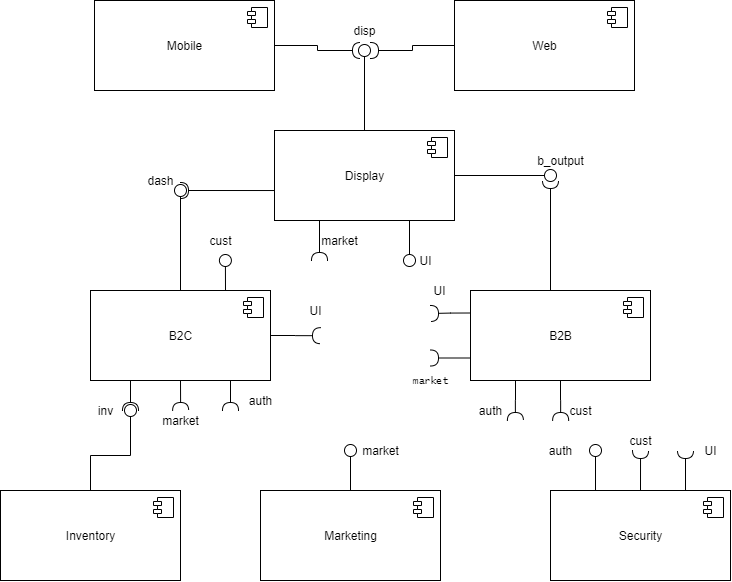
ElliottP-13/ESOF-322 keeps this draw.io diagram as HW6/p2_component.png. Above is the earlier version. Source tidied: cells renumbered, new cells last; positions are measured from the earlier drawing's top-left corner, leaving out a move shared by most shapes. Its diagram source:
```xml
<mxGraphModel>
  <root>
    <mxCell id="0" />
    <mxCell id="1" parent="0" />
    <mxCell id="2" style="edgeStyle=orthogonalEdgeStyle;rounded=0;jettySize=auto;html=1;exitX=0.5;exitY=0;exitDx=0;exitDy=0;startSize=6;endArrow=oval;endFill=0;endSize=12;" parent="1" edge="1" source="3">
      <mxGeometry relative="1" as="geometry">
        <mxPoint x="350" y="450" as="targetPoint" />
      </mxGeometry>
    </mxCell>
    <mxCell id="3" value="Marketing" style="html=1;" parent="1" vertex="1">
      <mxGeometry x="260" y="490" width="180" height="90" as="geometry" />
    </mxCell>
    <mxCell id="4" style="shape=module;jettyWidth=8;jettyHeight=4;" parent="3" vertex="1">
      <mxGeometry x="1" width="20" height="20" relative="1" as="geometry">
        <mxPoint x="-27" y="7" as="offset" />
      </mxGeometry>
    </mxCell>
    <mxCell id="5" style="edgeStyle=orthogonalEdgeStyle;rounded=0;jettySize=auto;html=1;exitX=0;exitY=0.5;exitDx=0;exitDy=0;startSize=6;endArrow=halfCircle;endFill=0;endSize=6;" parent="1" edge="1" source="6">
      <mxGeometry relative="1" as="geometry">
        <mxPoint x="370" y="50" as="targetPoint" />
      </mxGeometry>
    </mxCell>
    <mxCell id="6" value="Web" style="html=1;" parent="1" vertex="1">
      <mxGeometry x="454" width="180" height="90" as="geometry" />
    </mxCell>
    <mxCell id="7" style="shape=module;jettyWidth=8;jettyHeight=4;" parent="6" vertex="1">
      <mxGeometry x="1" width="20" height="20" relative="1" as="geometry">
        <mxPoint x="-27" y="7" as="offset" />
      </mxGeometry>
    </mxCell>
    <mxCell id="8" style="edgeStyle=orthogonalEdgeStyle;rounded=0;jettySize=auto;html=1;exitX=1;exitY=0.5;exitDx=0;exitDy=0;startSize=6;endArrow=halfCircle;endFill=0;endSize=6;" parent="1" edge="1" source="9">
      <mxGeometry relative="1" as="geometry">
        <mxPoint x="360" y="50" as="targetPoint" />
        <Array as="points">
          <mxPoint x="317" y="45" />
          <mxPoint x="317" y="50" />
        </Array>
      </mxGeometry>
    </mxCell>
    <mxCell id="9" value="Mobile" style="html=1;" parent="1" vertex="1">
      <mxGeometry x="94" width="180" height="90" as="geometry" />
    </mxCell>
    <mxCell id="10" style="shape=module;jettyWidth=8;jettyHeight=4;" parent="9" vertex="1">
      <mxGeometry x="1" width="20" height="20" relative="1" as="geometry">
        <mxPoint x="-27" y="7" as="offset" />
      </mxGeometry>
    </mxCell>
    <mxCell id="11" style="edgeStyle=orthogonalEdgeStyle;rounded=0;jettySize=auto;html=1;exitX=0.75;exitY=0;exitDx=0;exitDy=0;startSize=6;endArrow=halfCircle;endFill=0;endSize=6;" parent="1" edge="1" source="14">
      <mxGeometry relative="1" as="geometry">
        <mxPoint x="685" y="450" as="targetPoint" />
      </mxGeometry>
    </mxCell>
    <mxCell id="12" style="edgeStyle=orthogonalEdgeStyle;rounded=0;jettySize=auto;html=1;exitX=0.25;exitY=0;exitDx=0;exitDy=0;startSize=6;endArrow=oval;endFill=0;endSize=12;" parent="1" edge="1" source="14">
      <mxGeometry relative="1" as="geometry">
        <mxPoint x="595" y="450" as="targetPoint" />
      </mxGeometry>
    </mxCell>
    <mxCell id="13" style="edgeStyle=orthogonalEdgeStyle;rounded=0;jettySize=auto;html=1;exitX=0.5;exitY=0;exitDx=0;exitDy=0;startSize=6;endArrow=halfCircle;endFill=0;endSize=6;" parent="1" edge="1" source="14">
      <mxGeometry relative="1" as="geometry">
        <mxPoint x="640" y="450" as="targetPoint" />
      </mxGeometry>
    </mxCell>
    <mxCell id="14" value="Security" style="html=1;" parent="1" vertex="1">
      <mxGeometry x="550" y="490" width="180" height="90" as="geometry" />
    </mxCell>
    <mxCell id="15" style="shape=module;jettyWidth=8;jettyHeight=4;" parent="14" vertex="1">
      <mxGeometry x="1" width="20" height="20" relative="1" as="geometry">
        <mxPoint x="-27" y="7" as="offset" />
      </mxGeometry>
    </mxCell>
    <mxCell id="16" style="edgeStyle=orthogonalEdgeStyle;rounded=0;jettySize=auto;html=1;exitX=0.5;exitY=0;exitDx=0;exitDy=0;startSize=6;endArrow=oval;endFill=0;endSize=12;" parent="1" edge="1" source="17">
      <mxGeometry relative="1" as="geometry">
        <mxPoint x="130" y="410" as="targetPoint" />
      </mxGeometry>
    </mxCell>
    <mxCell id="17" value="Inventory" style="html=1;" parent="1" vertex="1">
      <mxGeometry y="490" width="180" height="90" as="geometry" />
    </mxCell>
    <mxCell id="18" style="shape=module;jettyWidth=8;jettyHeight=4;" parent="17" vertex="1">
      <mxGeometry x="1" width="20" height="20" relative="1" as="geometry">
        <mxPoint x="-27" y="7" as="offset" />
      </mxGeometry>
    </mxCell>
    <mxCell id="19" style="edgeStyle=orthogonalEdgeStyle;rounded=0;jettySize=auto;html=1;exitX=0.5;exitY=0;exitDx=0;exitDy=0;startSize=6;endArrow=oval;endFill=0;endSize=12;" parent="1" edge="1" source="24">
      <mxGeometry relative="1" as="geometry">
        <mxPoint x="364" y="50" as="targetPoint" />
      </mxGeometry>
    </mxCell>
    <mxCell id="20" style="edgeStyle=orthogonalEdgeStyle;rounded=0;jettySize=auto;html=1;exitX=0.75;exitY=1;exitDx=0;exitDy=0;startSize=6;endArrow=oval;endFill=0;endSize=12;" parent="1" edge="1" source="24">
      <mxGeometry relative="1" as="geometry">
        <mxPoint x="409" y="260" as="targetPoint" />
      </mxGeometry>
    </mxCell>
    <mxCell id="21" style="edgeStyle=orthogonalEdgeStyle;rounded=0;jettySize=auto;html=1;exitX=1;exitY=0.5;exitDx=0;exitDy=0;startSize=6;endArrow=oval;endFill=0;endSize=12;" parent="1" edge="1" source="24">
      <mxGeometry relative="1" as="geometry">
        <mxPoint x="550" y="175" as="targetPoint" />
      </mxGeometry>
    </mxCell>
    <mxCell id="22" style="edgeStyle=orthogonalEdgeStyle;rounded=0;jettySize=auto;html=1;exitX=0.25;exitY=1;exitDx=0;exitDy=0;startSize=6;endArrow=halfCircle;endFill=0;endSize=6;" parent="1" edge="1" source="24">
      <mxGeometry relative="1" as="geometry">
        <mxPoint x="319" y="260" as="targetPoint" />
      </mxGeometry>
    </mxCell>
    <mxCell id="23" style="edgeStyle=orthogonalEdgeStyle;rounded=0;jettySize=auto;html=1;exitX=-0.002;exitY=0.667;exitDx=0;exitDy=0;startArrow=none;startFill=0;startSize=6;endArrow=halfCircle;endFill=0;endSize=6;strokeColor=#000000;exitPerimeter=0;" parent="1" edge="1" source="24">
      <mxGeometry relative="1" as="geometry">
        <mxPoint x="180" y="190" as="targetPoint" />
      </mxGeometry>
    </mxCell>
    <mxCell id="24" value="Display" style="html=1;" parent="1" vertex="1">
      <mxGeometry x="274" y="130" width="180" height="90" as="geometry" />
    </mxCell>
    <mxCell id="25" style="shape=module;jettyWidth=8;jettyHeight=4;" parent="24" vertex="1">
      <mxGeometry x="1" width="20" height="20" relative="1" as="geometry">
        <mxPoint x="-27" y="7" as="offset" />
      </mxGeometry>
    </mxCell>
    <mxCell id="26" style="edgeStyle=orthogonalEdgeStyle;rounded=0;jettySize=auto;html=1;exitX=0.5;exitY=0;exitDx=0;exitDy=0;startSize=6;endArrow=oval;endFill=0;endSize=12;" parent="1" edge="1" source="32">
      <mxGeometry relative="1" as="geometry">
        <mxPoint x="180" y="190" as="targetPoint" />
      </mxGeometry>
    </mxCell>
    <mxCell id="27" style="edgeStyle=orthogonalEdgeStyle;rounded=0;jettySize=auto;html=1;exitX=0.75;exitY=0;exitDx=0;exitDy=0;startSize=6;endArrow=oval;endFill=0;endSize=12;" parent="1" edge="1" source="32">
      <mxGeometry relative="1" as="geometry">
        <mxPoint x="224.9" y="260" as="targetPoint" />
      </mxGeometry>
    </mxCell>
    <mxCell id="28" style="edgeStyle=orthogonalEdgeStyle;rounded=0;jettySize=auto;html=1;exitX=0.25;exitY=1;exitDx=0;exitDy=0;startSize=6;endArrow=halfCircle;endFill=0;endSize=6;" parent="1" edge="1" source="32">
      <mxGeometry relative="1" as="geometry">
        <mxPoint x="130" y="410" as="targetPoint" />
      </mxGeometry>
    </mxCell>
    <mxCell id="29" style="edgeStyle=orthogonalEdgeStyle;rounded=0;jettySize=auto;html=1;exitX=0.5;exitY=1;exitDx=0;exitDy=0;startSize=6;endArrow=halfCircle;endFill=0;endSize=6;" parent="1" edge="1" source="32">
      <mxGeometry relative="1" as="geometry">
        <mxPoint x="180.1" y="410" as="targetPoint" />
      </mxGeometry>
    </mxCell>
    <mxCell id="30" style="edgeStyle=orthogonalEdgeStyle;rounded=0;jettySize=auto;html=1;exitX=1;exitY=0.5;exitDx=0;exitDy=0;startSize=6;endArrow=halfCircle;endFill=0;endSize=6;" parent="1" edge="1" source="32">
      <mxGeometry relative="1" as="geometry">
        <mxPoint x="320" y="335.2" as="targetPoint" />
      </mxGeometry>
    </mxCell>
    <mxCell id="31" style="edgeStyle=orthogonalEdgeStyle;rounded=0;jettySize=auto;html=1;exitX=0.75;exitY=1;exitDx=0;exitDy=0;startSize=6;endArrow=halfCircle;endFill=0;endSize=6;" parent="1" edge="1" source="32">
      <mxGeometry relative="1" as="geometry">
        <mxPoint x="230" y="410" as="targetPoint" />
      </mxGeometry>
    </mxCell>
    <mxCell id="32" value="B2C" style="html=1;" parent="1" vertex="1">
      <mxGeometry x="90" y="290" width="180" height="90" as="geometry" />
    </mxCell>
    <mxCell id="33" style="shape=module;jettyWidth=8;jettyHeight=4;" parent="32" vertex="1">
      <mxGeometry x="1" width="20" height="20" relative="1" as="geometry">
        <mxPoint x="-27" y="7" as="offset" />
      </mxGeometry>
    </mxCell>
    <mxCell id="34" style="edgeStyle=orthogonalEdgeStyle;rounded=0;jettySize=auto;html=1;exitX=0;exitY=0.25;exitDx=0;exitDy=0;startSize=6;endArrow=halfCircle;endFill=0;endSize=6;" parent="1" edge="1" source="39">
      <mxGeometry relative="1" as="geometry">
        <mxPoint x="430" y="313" as="targetPoint" />
        <Array as="points">
          <mxPoint x="450" y="313" />
        </Array>
      </mxGeometry>
    </mxCell>
    <mxCell id="35" style="edgeStyle=orthogonalEdgeStyle;rounded=0;jettySize=auto;html=1;exitX=0.5;exitY=0;exitDx=0;exitDy=0;startSize=6;endArrow=halfCircle;endFill=0;endSize=6;" parent="1" edge="1" source="39">
      <mxGeometry relative="1" as="geometry">
        <mxPoint x="550" y="180" as="targetPoint" />
        <Array as="points">
          <mxPoint x="550" y="290" />
        </Array>
      </mxGeometry>
    </mxCell>
    <mxCell id="36" style="edgeStyle=orthogonalEdgeStyle;rounded=0;jettySize=auto;html=1;exitX=0.25;exitY=1;exitDx=0;exitDy=0;startSize=6;endArrow=halfCircle;endFill=0;endSize=6;" parent="1" edge="1" source="39">
      <mxGeometry relative="1" as="geometry">
        <mxPoint x="514.9" y="420" as="targetPoint" />
      </mxGeometry>
    </mxCell>
    <mxCell id="37" style="edgeStyle=orthogonalEdgeStyle;rounded=0;jettySize=auto;html=1;exitX=0.5;exitY=1;exitDx=0;exitDy=0;startSize=6;endArrow=halfCircle;endFill=0;endSize=6;" parent="1" edge="1" source="39">
      <mxGeometry relative="1" as="geometry">
        <mxPoint x="560.1" y="420" as="targetPoint" />
      </mxGeometry>
    </mxCell>
    <mxCell id="38" style="edgeStyle=orthogonalEdgeStyle;rounded=0;jettySize=auto;html=1;exitX=0;exitY=0.75;exitDx=0;exitDy=0;startArrow=none;startFill=0;startSize=6;endArrow=halfCircle;endFill=0;endSize=6;strokeColor=#000000;fontFamily=Lucida Console;fontSize=10;" parent="1" edge="1" source="39">
      <mxGeometry relative="1" as="geometry">
        <mxPoint x="430" y="357.5" as="targetPoint" />
      </mxGeometry>
    </mxCell>
    <mxCell id="39" value="B2B" style="html=1;" parent="1" vertex="1">
      <mxGeometry x="470" y="290" width="180" height="90" as="geometry" />
    </mxCell>
    <mxCell id="40" style="shape=module;jettyWidth=8;jettyHeight=4;" parent="39" vertex="1">
      <mxGeometry x="1" width="20" height="20" relative="1" as="geometry">
        <mxPoint x="-27" y="7" as="offset" />
      </mxGeometry>
    </mxCell>
    <mxCell id="41" value="disp" style="text;html=1;align=center;verticalAlign=middle;" parent="1" vertex="1">
      <mxGeometry x="344" y="20" width="40" height="20" as="geometry" />
    </mxCell>
    <mxCell id="42" value="market" style="text;html=1;align=center;verticalAlign=middle;" parent="1" vertex="1">
      <mxGeometry x="355" y="440" width="50" height="20" as="geometry" />
    </mxCell>
    <mxCell id="43" value="UI" style="text;html=1;align=center;verticalAlign=middle;" parent="1" vertex="1">
      <mxGeometry x="410" y="250" width="30" height="20" as="geometry" />
    </mxCell>
    <mxCell id="44" value="UI" style="text;html=1;align=center;verticalAlign=middle;" parent="1" vertex="1">
      <mxGeometry x="695" y="440" width="30" height="20" as="geometry" />
    </mxCell>
    <mxCell id="45" value="auth" style="text;html=1;align=center;verticalAlign=middle;" parent="1" vertex="1">
      <mxGeometry x="540" y="440" width="40" height="20" as="geometry" />
    </mxCell>
    <mxCell id="46" value="dash" style="text;html=1;align=center;verticalAlign=middle;" parent="1" vertex="1">
      <mxGeometry x="140" y="170" width="40" height="20" as="geometry" />
    </mxCell>
    <mxCell id="47" value="cust" style="text;html=1;align=center;verticalAlign=middle;" parent="1" vertex="1">
      <mxGeometry x="200" y="230" width="40" height="20" as="geometry" />
    </mxCell>
    <mxCell id="48" value="auth" style="text;html=1;align=center;verticalAlign=middle;" parent="1" vertex="1">
      <mxGeometry x="240" y="390" width="40" height="20" as="geometry" />
    </mxCell>
    <mxCell id="49" value="market" style="text;html=1;align=center;verticalAlign=middle;" parent="1" vertex="1">
      <mxGeometry x="155" y="410" width="50" height="20" as="geometry" />
    </mxCell>
    <mxCell id="50" value="UI" style="text;html=1;align=center;verticalAlign=middle;" parent="1" vertex="1">
      <mxGeometry x="300" y="300" width="30" height="20" as="geometry" />
    </mxCell>
    <mxCell id="51" value="UI" style="text;html=1;align=center;verticalAlign=middle;" parent="1" vertex="1">
      <mxGeometry x="424" y="280" width="30" height="20" as="geometry" />
    </mxCell>
    <mxCell id="52" value="inv" style="text;html=1;align=center;verticalAlign=middle;" parent="1" vertex="1">
      <mxGeometry x="90" y="400" width="30" height="20" as="geometry" />
    </mxCell>
    <mxCell id="53" value="cust" style="text;html=1;align=center;verticalAlign=middle;" parent="1" vertex="1">
      <mxGeometry x="620" y="430" width="40" height="20" as="geometry" />
    </mxCell>
    <mxCell id="54" value="b_output" style="text;html=1;align=center;verticalAlign=middle;" parent="1" vertex="1">
      <mxGeometry x="530" y="150" width="60" height="20" as="geometry" />
    </mxCell>
    <mxCell id="55" value="market" style="text;html=1;align=center;verticalAlign=middle;" parent="1" vertex="1">
      <mxGeometry x="314" y="230" width="50" height="20" as="geometry" />
    </mxCell>
    <mxCell id="56" value="auth" style="text;html=1;align=center;verticalAlign=middle;" parent="1" vertex="1">
      <mxGeometry x="470" y="400" width="40" height="20" as="geometry" />
    </mxCell>
    <mxCell id="57" value="cust" style="text;html=1;align=center;verticalAlign=middle;" parent="1" vertex="1">
      <mxGeometry x="560" y="400" width="40" height="20" as="geometry" />
    </mxCell>
    <mxCell id="58" value="market" style="text;html=1;align=center;verticalAlign=middle;fontSize=10;fontFamily=Lucida Console;" parent="1" vertex="1">
      <mxGeometry x="405" y="370" width="50" height="20" as="geometry" />
    </mxCell>
  </root>
</mxGraphModel>
```
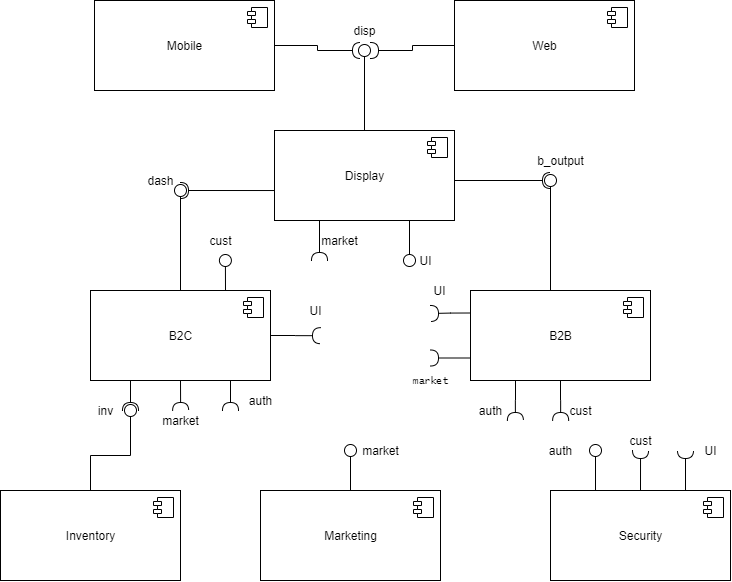
The same file after the commit.

Diff of the diagram source:
```diff
@@ -91,9 +91,12 @@
         <mxPoint x="409" y="260" as="targetPoint" />
       </mxGeometry>
     </mxCell>
-    <mxCell id="21" style="edgeStyle=orthogonalEdgeStyle;rounded=0;jettySize=auto;html=1;exitX=1;exitY=0.5;exitDx=0;exitDy=0;startSize=6;endArrow=oval;endFill=0;endSize=12;" parent="1" edge="1" source="24">
+    <mxCell id="21" style="edgeStyle=orthogonalEdgeStyle;rounded=0;jettySize=auto;html=1;exitX=1;exitY=0.5;exitDx=0;exitDy=0;startSize=6;endArrow=halfCircle;endFill=0;endSize=6;" parent="1" edge="1" source="24">
       <mxGeometry relative="1" as="geometry">
-        <mxPoint x="550" y="175" as="targetPoint" />
+        <mxPoint x="550" y="180" as="targetPoint" />
+        <Array as="points">
+          <mxPoint x="454" y="180" />
+        </Array>
       </mxGeometry>
     </mxCell>
     <mxCell id="22" style="edgeStyle=orthogonalEdgeStyle;rounded=0;jettySize=auto;html=1;exitX=0.25;exitY=1;exitDx=0;exitDy=0;startSize=6;endArrow=halfCircle;endFill=0;endSize=6;" parent="1" edge="1" source="24">
@@ -160,7 +163,7 @@
         </Array>
       </mxGeometry>
     </mxCell>
-    <mxCell id="35" style="edgeStyle=orthogonalEdgeStyle;rounded=0;jettySize=auto;html=1;exitX=0.5;exitY=0;exitDx=0;exitDy=0;startSize=6;endArrow=halfCircle;endFill=0;endSize=6;" parent="1" edge="1" source="39">
+    <mxCell id="35" style="edgeStyle=orthogonalEdgeStyle;rounded=0;jettySize=auto;html=1;exitX=0.5;exitY=0;exitDx=0;exitDy=0;startSize=6;endArrow=oval;endFill=0;endSize=12;" parent="1" edge="1" source="39">
       <mxGeometry relative="1" as="geometry">
         <mxPoint x="550" y="180" as="targetPoint" />
         <Array as="points">
```
